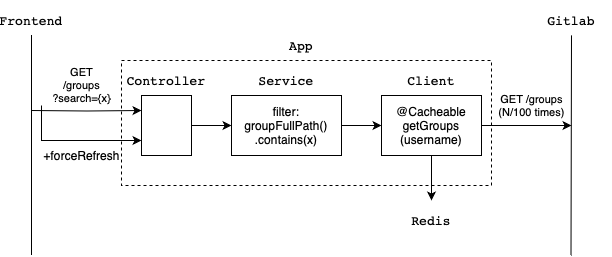
The draw.io diagram docs/diagram/Diagram.drawio.png in foobarops/gitlab-proxy, before a commit. Source tidied: cells renumbered, new cells last; positions are measured from the earlier drawing's top-left corner, leaving out a move shared by most shapes.
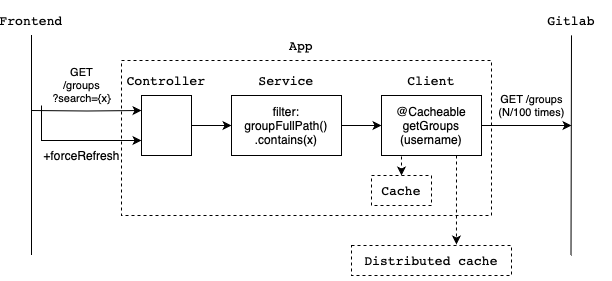
The same file after the commit.

Commit message:
Modify /groups endpoint to support cache refresh

Diff of the diagram source:
```diff
@@ -3,13 +3,16 @@
     <mxCell id="0" />
     <mxCell id="1" parent="0" />
     <mxCell id="2" style="rounded=0;whiteSpace=wrap;html=1;dashed=1;glass=0;gradientColor=none;fillColor=none;" parent="1" vertex="1">
-      <mxGeometry x="120" y="55" width="370" height="125" as="geometry" />
+      <mxGeometry x="120" y="55" width="370" height="155" as="geometry" />
     </mxCell>
     <mxCell id="3" value="GET&lt;br&gt;/groups&lt;br&gt;?search={x}" style="edgeStyle=orthogonalEdgeStyle;rounded=0;jettySize=auto;html=1;entryX=0;entryY=0.25;entryDx=0;entryDy=0;" parent="1" edge="1" target="6">
       <mxGeometry x="-0.1" y="25" relative="1" as="geometry">
         <mxPoint x="30" y="105" as="sourcePoint" />
       </mxGeometry>
     </mxCell>
+    <mxCell id="21" style="edgeStyle=orthogonalEdgeStyle;rounded=0;jettySize=auto;html=1;exitX=0.25;exitY=1;exitDx=0;exitDy=0;entryX=0.5;entryY=0;entryDx=0;entryDy=0;dashed=1;" parent="1" edge="1" source="4" target="16">
+      <mxGeometry relative="1" as="geometry" />
+    </mxCell>
     <mxCell id="4" value="@Cacheable&lt;br&gt;&lt;font face=&quot;Helvetica&quot;&gt;getGroups&lt;br&gt;&lt;/font&gt;&lt;font face=&quot;Helvetica&quot;&gt;(&lt;/font&gt;&lt;font face=&quot;Helvetica&quot;&gt;username&lt;/font&gt;&lt;font face=&quot;Helvetica&quot;&gt;)&lt;/font&gt;" style="rounded=0;whiteSpace=wrap;html=1;" parent="1" vertex="1">
       <mxGeometry x="380" y="90" width="100" height="60" as="geometry" />
     </mxCell>
@@ -42,11 +45,6 @@
     <mxCell id="12" value="&lt;pre style=&quot;caret-color: rgb(0, 0, 0); color: rgb(0, 0, 0); font-style: normal; font-variant-caps: normal; font-weight: 400; letter-spacing: normal; orphans: auto; text-indent: 0px; text-transform: none; widows: auto; word-spacing: 0px; -webkit-text-size-adjust: auto; -webkit-text-stroke-width: 0px; text-decoration: none; text-align: start; background-color: rgb(255, 255, 255); font-family: &amp;quot;JetBrains Mono&amp;quot;, monospace; font-size: 9.8pt;&quot;&gt;Client&lt;/pre&gt;" style="text;html=1;strokeColor=none;fillColor=none;align=center;verticalAlign=middle;whiteSpace=wrap;rounded=0;" parent="1" vertex="1">
       <mxGeometry x="400" y="60" width="60" height="30" as="geometry" />
     </mxCell>
-    <mxCell id="13" style="edgeStyle=orthogonalEdgeStyle;rounded=0;jettySize=auto;html=1;exitX=0.5;exitY=1;exitDx=0;exitDy=0;fontFamily=Helvetica;fontSize=13;fontColor=#000000;" parent="1" edge="1" source="4">
-      <mxGeometry relative="1" as="geometry">
-        <mxPoint x="430" y="195" as="targetPoint" />
-      </mxGeometry>
-    </mxCell>
     <mxCell id="14" value="GET /groups&lt;br&gt;(N/100 times)" style="edgeStyle=orthogonalEdgeStyle;rounded=0;jettySize=auto;html=1;exitX=1;exitY=0.5;exitDx=0;exitDy=0;" parent="1" edge="1" source="4">
       <mxGeometry x="0.12" y="20" relative="1" as="geometry">
         <mxPoint x="570" y="120" as="targetPoint" />
@@ -55,8 +53,8 @@
     <mxCell id="15" value="&lt;pre style=&quot;font-style: normal; font-variant-caps: normal; font-weight: 400; letter-spacing: normal; orphans: auto; text-align: start; text-indent: 0px; text-transform: none; widows: auto; word-spacing: 0px; -webkit-text-size-adjust: auto; -webkit-text-stroke-width: 0px; text-decoration: none; background-color: rgb(255, 255, 255); color: rgb(0, 0, 0); font-family: &amp;quot;JetBrains Mono&amp;quot;, monospace; font-size: 9.8pt;&quot;&gt;&lt;span style=&quot;font-size: 9.8pt; white-space: normal;&quot;&gt;Frontend&lt;/span&gt;&lt;br&gt;&lt;/pre&gt;" style="text;html=1;strokeColor=none;fillColor=none;align=center;verticalAlign=middle;whiteSpace=wrap;rounded=0;" parent="1" vertex="1">
       <mxGeometry width="60" height="30" as="geometry" />
     </mxCell>
-    <mxCell id="16" value="&lt;pre style=&quot;caret-color: rgb(0, 0, 0); color: rgb(0, 0, 0); font-style: normal; font-variant-caps: normal; font-weight: 400; letter-spacing: normal; orphans: auto; text-indent: 0px; text-transform: none; widows: auto; word-spacing: 0px; -webkit-text-size-adjust: auto; -webkit-text-stroke-width: 0px; text-decoration: none; text-align: start; background-color: rgb(255, 255, 255); font-family: &amp;quot;JetBrains Mono&amp;quot;, monospace; font-size: 9.8pt;&quot;&gt;Redis&lt;/pre&gt;" style="text;html=1;strokeColor=none;fillColor=none;align=center;verticalAlign=middle;whiteSpace=wrap;rounded=0;" parent="1" vertex="1">
-      <mxGeometry x="400" y="200" width="60" height="30" as="geometry" />
+    <mxCell id="16" value="&lt;pre style=&quot;caret-color: rgb(0, 0, 0); color: rgb(0, 0, 0); font-style: normal; font-variant-caps: normal; font-weight: 400; letter-spacing: normal; orphans: auto; text-indent: 0px; text-transform: none; widows: auto; word-spacing: 0px; -webkit-text-size-adjust: auto; -webkit-text-stroke-width: 0px; text-decoration: none; text-align: start; background-color: rgb(255, 255, 255); font-family: &amp;quot;JetBrains Mono&amp;quot;, monospace; font-size: 9.8pt;&quot;&gt;Cache&lt;/pre&gt;" style="text;html=1;strokeColor=default;fillColor=none;align=center;verticalAlign=middle;whiteSpace=wrap;rounded=0;dashed=1;strokeWidth=1;" parent="1" vertex="1">
+      <mxGeometry x="370" y="170" width="60" height="30" as="geometry" />
     </mxCell>
     <mxCell id="17" value="&lt;pre style=&quot;font-style: normal; font-variant-caps: normal; font-weight: 400; letter-spacing: normal; orphans: auto; text-align: start; text-indent: 0px; text-transform: none; widows: auto; word-spacing: 0px; -webkit-text-size-adjust: auto; -webkit-text-stroke-width: 0px; text-decoration: none; background-color: rgb(255, 255, 255); color: rgb(0, 0, 0); font-family: &amp;quot;JetBrains Mono&amp;quot;, monospace; font-size: 9.8pt;&quot;&gt;&lt;span style=&quot;white-space: normal;&quot;&gt;App&lt;/span&gt;&lt;/pre&gt;" style="text;html=1;strokeColor=none;fillColor=none;align=center;verticalAlign=middle;whiteSpace=wrap;rounded=0;" parent="1" vertex="1">
       <mxGeometry x="270" y="25" width="60" height="30" as="geometry" />
@@ -74,5 +72,11 @@
     <mxCell id="20" value="&lt;pre style=&quot;caret-color: rgb(0, 0, 0); color: rgb(0, 0, 0); font-style: normal; font-variant-caps: normal; font-weight: 400; letter-spacing: normal; orphans: auto; text-indent: 0px; text-transform: none; widows: auto; word-spacing: 0px; -webkit-text-size-adjust: auto; -webkit-text-stroke-width: 0px; text-decoration: none; text-align: start; background-color: rgb(255, 255, 255); font-family: &amp;quot;JetBrains Mono&amp;quot;, monospace; font-size: 9.8pt;&quot;&gt;Gitlab&lt;/pre&gt;" style="text;html=1;strokeColor=none;fillColor=none;align=center;verticalAlign=middle;whiteSpace=wrap;rounded=0;" parent="1" vertex="1">
       <mxGeometry x="530" width="80" height="30" as="geometry" />
     </mxCell>
+    <mxCell id="22" value="&lt;pre style=&quot;caret-color: rgb(0, 0, 0); color: rgb(0, 0, 0); font-style: normal; font-variant-caps: normal; font-weight: 400; letter-spacing: normal; orphans: auto; text-indent: 0px; text-transform: none; widows: auto; word-spacing: 0px; -webkit-text-size-adjust: auto; -webkit-text-stroke-width: 0px; text-decoration: none; text-align: start; background-color: rgb(255, 255, 255); font-family: &amp;quot;JetBrains Mono&amp;quot;, monospace; font-size: 9.8pt;&quot;&gt;Distributed cache&lt;/pre&gt;" style="text;html=1;strokeColor=default;fillColor=none;align=center;verticalAlign=middle;whiteSpace=wrap;rounded=0;strokeWidth=1;dashed=1;" parent="1" vertex="1">
+      <mxGeometry x="350" y="240" width="160" height="30" as="geometry" />
+    </mxCell>
+    <mxCell id="23" style="edgeStyle=orthogonalEdgeStyle;rounded=0;jettySize=auto;html=1;exitX=0.75;exitY=1;exitDx=0;exitDy=0;entryX=0.656;entryY=-0.033;entryDx=0;entryDy=0;entryPerimeter=0;dashed=1;" parent="1" edge="1" source="4" target="22">
+      <mxGeometry relative="1" as="geometry" />
+    </mxCell>
   </root>
 </mxGraphModel>
```
